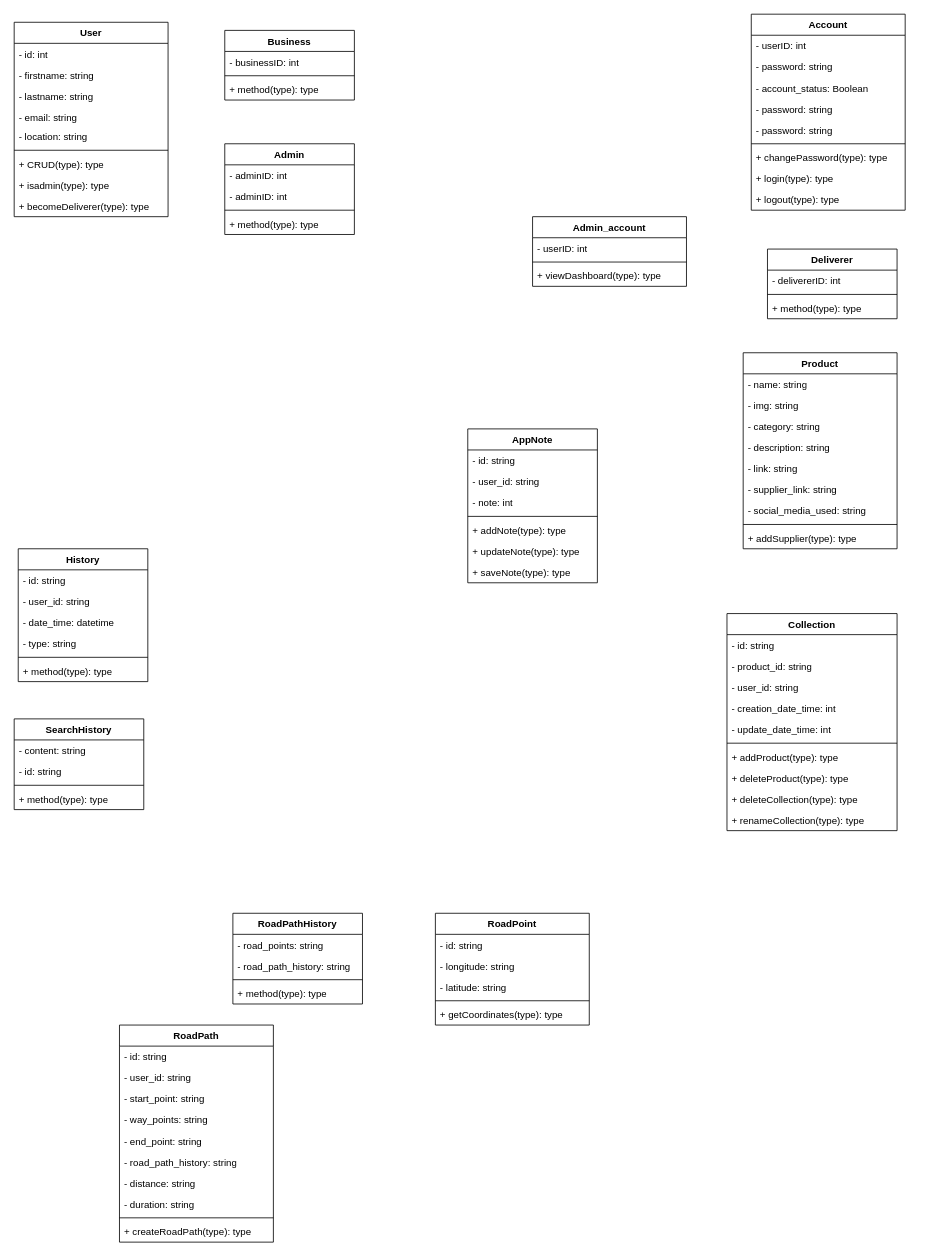
This is page "class diagrams" (2 of 3) of Diagramme sans nom.drawio from Valeryio/System-Draws, a draw.io file, before an edit. Source tidied: cells renumbered, new cells numbered last; positions are measured from the earlier drawing's top-left corner, leaving out a move shared by most shapes. Both pictures are drawn from the tidied source at 81%, with x=0, y=0 at pixel (14, 14).
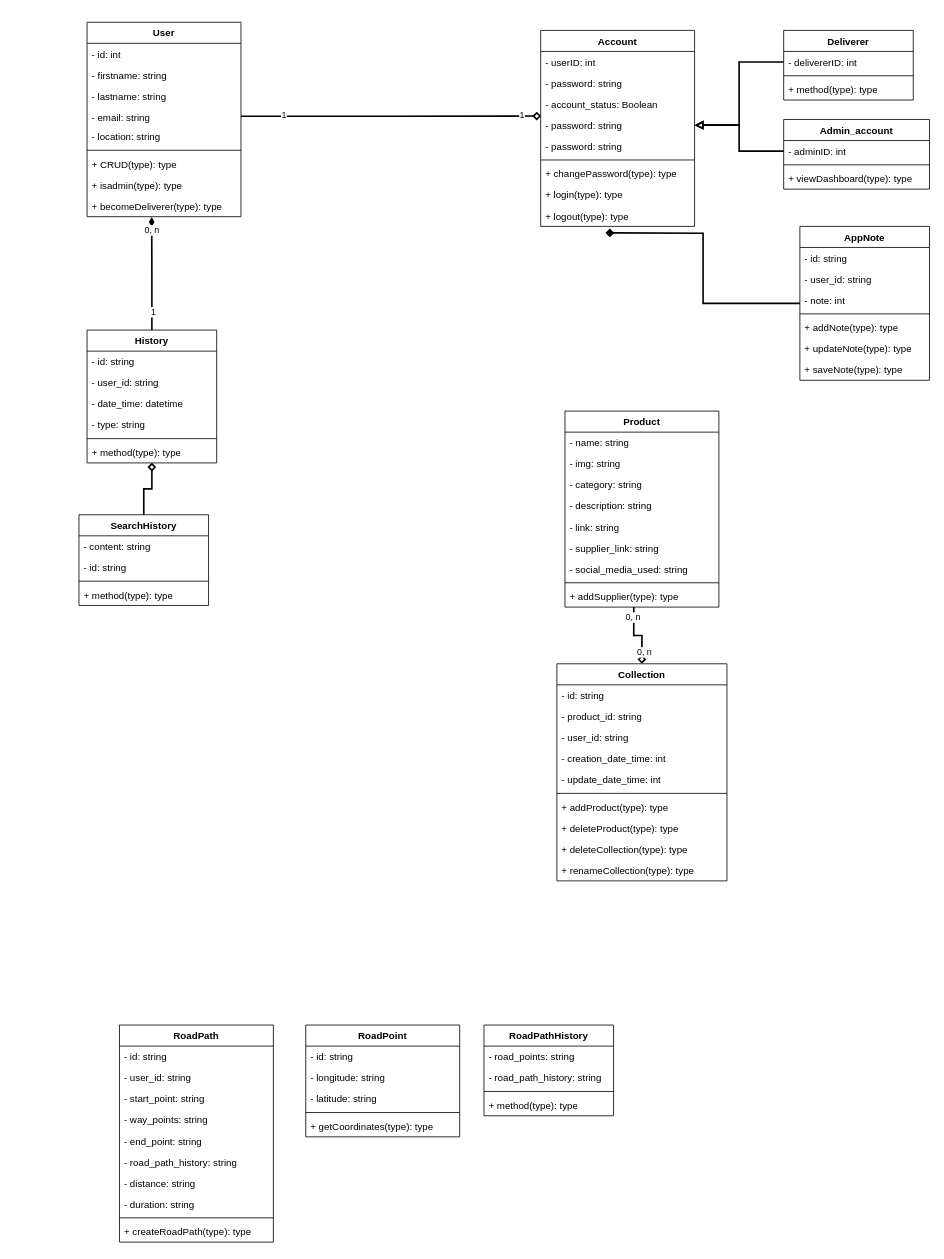
After the change.

The change refers to these unchanged cells:
```xml
<mxCell id="6" value="- email: string" style="text;strokeColor=none;fillColor=none;align=left;verticalAlign=top;spacingLeft=4;spacingRight=4;overflow=hidden;points=[[0,0.5],[1,0.5]];portConstraint=eastwest;whiteSpace=wrap;html=1;" parent="2" vertex="1">
  <mxGeometry y="104" width="190" height="24" as="geometry" />
</mxCell>
<mxCell id="11" value="+ becomeDeliverer(type): type" style="text;strokeColor=none;fillColor=none;align=left;verticalAlign=top;spacingLeft=4;spacingRight=4;overflow=hidden;points=[[0,0.5],[1,0.5]];portConstraint=eastwest;whiteSpace=wrap;html=1;" parent="2" vertex="1">
  <mxGeometry y="214" width="190" height="26" as="geometry" />
</mxCell>
<mxCell id="30" value="+ addSupplier&lt;span style=&quot;background-color: initial;&quot;&gt;(type): type&lt;/span&gt;" style="text;strokeColor=none;fillColor=none;align=left;verticalAlign=top;spacingLeft=4;spacingRight=4;overflow=hidden;points=[[0,0.5],[1,0.5]];portConstraint=eastwest;whiteSpace=wrap;html=1;" parent="21" vertex="1">
  <mxGeometry y="216" width="190" height="26" as="geometry" />
</mxCell>
<mxCell id="32" value="- delivererID&lt;span style=&quot;background-color: initial;&quot;&gt;: int&lt;/span&gt;" style="text;strokeColor=none;fillColor=none;align=left;verticalAlign=top;spacingLeft=4;spacingRight=4;overflow=hidden;points=[[0,0.5],[1,0.5]];portConstraint=eastwest;whiteSpace=wrap;html=1;" parent="31" vertex="1">
  <mxGeometry y="26" width="160" height="26" as="geometry" />
</mxCell>
<mxCell id="39" value="- password: string" style="text;strokeColor=none;fillColor=none;align=left;verticalAlign=top;spacingLeft=4;spacingRight=4;overflow=hidden;points=[[0,0.5],[1,0.5]];portConstraint=eastwest;whiteSpace=wrap;html=1;" parent="35" vertex="1">
  <mxGeometry y="104" width="190" height="26" as="geometry" />
</mxCell>
<mxCell id="70" value="+ method(type): type" style="text;strokeColor=none;fillColor=none;align=left;verticalAlign=top;spacingLeft=4;spacingRight=4;overflow=hidden;points=[[0,0.5],[1,0.5]];portConstraint=eastwest;whiteSpace=wrap;html=1;" parent="64" vertex="1">
  <mxGeometry y="138" width="160" height="26" as="geometry" />
</mxCell>
```

The edit, as a diff of the source:
```diff
@@
     <mxCell id="2" value="User" style="swimlane;fontStyle=1;align=center;verticalAlign=top;horizontal=1;startSize=26;whiteSpace=wrap;html=1;" parent="1" vertex="1">
-      <mxGeometry y="10" width="190" height="240" as="geometry" />
+      <mxGeometry x="90" y="10" width="190" height="240" as="geometry" />
     </mxCell>
@@
-    <mxCell id="12" value="Admin" style="swimlane;fontStyle=1;align=center;verticalAlign=top;horizontal=1;startSize=26;whiteSpace=wrap;html=1;" parent="1" vertex="1">
-      <mxGeometry x="260" y="160" width="160" height="112" as="geometry" />
-    </mxCell>
-    <mxCell id="13" value="- adminID: int" style="text;strokeColor=none;fillColor=none;align=left;verticalAlign=top;spacingLeft=4;spacingRight=4;overflow=hidden;whiteSpace=wrap;html=1;" parent="12" vertex="1">
-      <mxGeometry y="26" width="160" height="26" as="geometry" />
-    </mxCell>
-    <mxCell id="14" value="- adminID: int" style="text;strokeColor=none;fillColor=none;align=left;verticalAlign=top;spacingLeft=4;spacingRight=4;overflow=hidden;whiteSpace=wrap;html=1;" parent="12" vertex="1">
-      <mxGeometry y="52" width="160" height="26" as="geometry" />
-    </mxCell>
-    <mxCell id="15" style="line;strokeWidth=1;fillColor=none;align=left;verticalAlign=middle;spacingTop=-1;spacingLeft=3;spacingRight=3;labelPosition=right;strokeColor=inherit;" parent="12" vertex="1">
-      <mxGeometry y="78" width="160" height="8" as="geometry" />
-    </mxCell>
-    <mxCell id="16" value="+ method(type): type" style="text;strokeColor=none;fillColor=none;align=left;verticalAlign=top;spacingLeft=4;spacingRight=4;overflow=hidden;whiteSpace=wrap;html=1;" parent="12" vertex="1">
-      <mxGeometry y="86" width="160" height="26" as="geometry" />
-    </mxCell>
-    <mxCell id="17" value="Business" style="swimlane;fontStyle=1;align=center;verticalAlign=top;horizontal=1;startSize=26;whiteSpace=wrap;html=1;" parent="1" vertex="1">
-      <mxGeometry x="260" y="20" width="160" height="86" as="geometry" />
-    </mxCell>
-    <mxCell id="18" value="- businessID: int" style="text;strokeColor=none;fillColor=none;align=left;verticalAlign=top;spacingLeft=4;spacingRight=4;overflow=hidden;whiteSpace=wrap;html=1;" parent="17" vertex="1">
-      <mxGeometry y="26" width="160" height="26" as="geometry" />
-    </mxCell>
-    <mxCell id="19" style="line;strokeWidth=1;fillColor=none;align=left;verticalAlign=middle;spacingTop=-1;spacingLeft=3;spacingRight=3;labelPosition=right;strokeColor=inherit;" parent="17" vertex="1">
-      <mxGeometry y="52" width="160" height="8" as="geometry" />
-    </mxCell>
-    <mxCell id="20" value="+ method(type): type" style="text;strokeColor=none;fillColor=none;align=left;verticalAlign=top;spacingLeft=4;spacingRight=4;overflow=hidden;whiteSpace=wrap;html=1;" parent="17" vertex="1">
-      <mxGeometry y="60" width="160" height="26" as="geometry" />
-    </mxCell>
     <mxCell id="21" value="Product" style="swimlane;fontStyle=1;align=center;verticalAlign=top;horizontal=1;startSize=26;whiteSpace=wrap;html=1;" parent="1" vertex="1">
-      <mxGeometry x="900" y="418" width="190" height="242" as="geometry" />
+      <mxGeometry x="680" y="490" width="190" height="242" as="geometry" />
     </mxCell>
@@
     <mxCell id="31" value="Deliverer" style="swimlane;fontStyle=1;align=center;verticalAlign=top;horizontal=1;startSize=26;whiteSpace=wrap;html=1;" parent="1" vertex="1">
-      <mxGeometry x="930" y="290" width="160" height="86" as="geometry" />
+      <mxGeometry x="950" y="20" width="160" height="86" as="geometry" />
     </mxCell>
@@
     <mxCell id="35" value="Account" style="swimlane;fontStyle=1;align=center;verticalAlign=top;horizontal=1;startSize=26;whiteSpace=wrap;html=1;" parent="1" vertex="1">
-      <mxGeometry x="910" width="190" height="242" as="geometry" />
+      <mxGeometry x="650" y="20" width="190" height="242" as="geometry" />
     </mxCell>
@@
+    <mxCell id="102" style="edgeStyle=orthogonalEdgeStyle;rounded=0;jettySize=auto;html=1;endArrow=diamond;endFill=1;strokeWidth=2;" parent="1" edge="1" source="56">
+      <mxGeometry relative="1" as="geometry">
+        <mxPoint x="730" y="270" as="targetPoint" />
+      </mxGeometry>
+    </mxCell>
     <mxCell id="56" value="AppNote" style="swimlane;fontStyle=1;align=center;verticalAlign=top;horizontal=1;startSize=26;whiteSpace=wrap;html=1;" parent="1" vertex="1">
-      <mxGeometry x="560" y="512" width="160" height="190" as="geometry" />
+      <mxGeometry x="970" y="262" width="160" height="190" as="geometry" />
     </mxCell>
@@
     <mxCell id="64" value="&lt;div&gt;&lt;span style=&quot;background-color: initial;&quot;&gt;History&lt;/span&gt;&lt;/div&gt;" style="swimlane;fontStyle=1;align=center;verticalAlign=top;horizontal=1;startSize=26;whiteSpace=wrap;html=1;" parent="1" vertex="1">
-      <mxGeometry x="5" y="660" width="160" height="164" as="geometry" />
+      <mxGeometry x="90" y="390" width="160" height="164" as="geometry" />
     </mxCell>
@@
     <mxCell id="71" value="Collection" style="swimlane;fontStyle=1;align=center;verticalAlign=top;horizontal=1;startSize=26;whiteSpace=wrap;html=1;" parent="1" vertex="1">
-      <mxGeometry x="880" y="740" width="210" height="268" as="geometry" />
+      <mxGeometry x="670" y="802" width="210" height="268" as="geometry" />
     </mxCell>
@@
     <mxCell id="82" value="Admin_account" style="swimlane;fontStyle=1;align=center;verticalAlign=top;horizontal=1;startSize=26;whiteSpace=wrap;html=1;" parent="1" vertex="1">
-      <mxGeometry x="640" y="250" width="190" height="86" as="geometry" />
+      <mxGeometry x="950" y="130" width="180" height="86" as="geometry" />
     </mxCell>
-    <mxCell id="83" value="- userID: int" style="text;strokeColor=none;fillColor=none;align=left;verticalAlign=top;spacingLeft=4;spacingRight=4;overflow=hidden;points=[[0,0.5],[1,0.5]];portConstraint=eastwest;whiteSpace=wrap;html=1;" parent="82" vertex="1">
-      <mxGeometry y="26" width="190" height="26" as="geometry" />
+    <mxCell id="83" value="- adminID: int" style="text;strokeColor=none;fillColor=none;align=left;verticalAlign=top;spacingLeft=4;spacingRight=4;overflow=hidden;points=[[0,0.5],[1,0.5]];portConstraint=eastwest;whiteSpace=wrap;html=1;" parent="82" vertex="1">
+      <mxGeometry y="26" width="180" height="26" as="geometry" />
     </mxCell>
     <mxCell id="84" style="line;strokeWidth=1;fillColor=none;align=left;verticalAlign=middle;spacingTop=-1;spacingLeft=3;spacingRight=3;labelPosition=right;strokeColor=inherit;" parent="82" vertex="1">
-      <mxGeometry y="52" width="190" height="8" as="geometry" />
+      <mxGeometry y="52" width="180" height="8" as="geometry" />
     </mxCell>
     <mxCell id="85" value="+ viewDashboard&lt;span style=&quot;background-color: initial;&quot;&gt;(type): type&lt;/span&gt;" style="text;strokeColor=none;fillColor=none;align=left;verticalAlign=top;spacingLeft=4;spacingRight=4;overflow=hidden;whiteSpace=wrap;html=1;" parent="82" vertex="1">
-      <mxGeometry y="60" width="190" height="26" as="geometry" />
+      <mxGeometry y="60" width="180" height="26" as="geometry" />
     </mxCell>
     <mxCell id="86" value="&lt;div&gt;&lt;span style=&quot;background-color: initial;&quot;&gt;SearchHistory&lt;/span&gt;&lt;/div&gt;" style="swimlane;fontStyle=1;align=center;verticalAlign=top;horizontal=1;startSize=26;whiteSpace=wrap;html=1;" parent="1" vertex="1">
-      <mxGeometry y="870" width="160" height="112" as="geometry" />
+      <mxGeometry x="80" y="618" width="160" height="112" as="geometry" />
     </mxCell>
@@
     <mxCell id="91" value="RoadPathHistory" style="swimlane;fontStyle=1;align=center;verticalAlign=top;horizontal=1;startSize=26;whiteSpace=wrap;html=1;" parent="1" vertex="1">
-      <mxGeometry x="270" y="1110" width="160" height="112" as="geometry" />
+      <mxGeometry x="580" y="1248" width="160" height="112" as="geometry" />
     </mxCell>
@@
     <mxCell id="96" value="RoadPoint" style="swimlane;fontStyle=1;align=center;verticalAlign=top;horizontal=1;startSize=26;whiteSpace=wrap;html=1;" parent="1" vertex="1">
-      <mxGeometry x="520" y="1110" width="190" height="138" as="geometry" />
+      <mxGeometry x="360" y="1248" width="190" height="138" as="geometry" />
     </mxCell>
@@
+    <mxCell id="103" style="edgeStyle=orthogonalEdgeStyle;rounded=0;jettySize=auto;html=1;exitX=0;exitY=0.5;exitDx=0;exitDy=0;entryX=1;entryY=0.5;entryDx=0;entryDy=0;endArrow=block;endFill=0;strokeWidth=2;" parent="1" edge="1" source="32" target="39">
+      <mxGeometry relative="1" as="geometry" />
+    </mxCell>
+    <mxCell id="104" style="edgeStyle=orthogonalEdgeStyle;rounded=0;jettySize=auto;html=1;exitX=0;exitY=0.5;exitDx=0;exitDy=0;entryX=1;entryY=0.5;entryDx=0;entryDy=0;endArrow=block;endFill=0;strokeWidth=2;" parent="1" edge="1" source="83" target="39">
+      <mxGeometry relative="1" as="geometry" />
+    </mxCell>
+    <mxCell id="105" style="edgeStyle=orthogonalEdgeStyle;rounded=0;jettySize=auto;html=1;exitX=1;exitY=0.5;exitDx=0;exitDy=0;entryX=0.003;entryY=0.068;entryDx=0;entryDy=0;entryPerimeter=0;endArrow=diamond;endFill=0;strokeWidth=2;" parent="1" edge="1" source="6" target="39">
+      <mxGeometry relative="1" as="geometry" />
+    </mxCell>
+    <mxCell id="106" value="1" style="edgeLabel;html=1;align=center;verticalAlign=middle;" parent="105" vertex="1">
+      <mxGeometry x="-0.72" y="2" relative="1" as="geometry" />
+    </mxCell>
+    <mxCell id="107" value="1" style="edgeLabel;html=1;align=center;verticalAlign=middle;" parent="105" vertex="1">
+      <mxGeometry x="0.87" y="1" relative="1" as="geometry" />
+    </mxCell>
+    <mxCell id="108" style="edgeStyle=orthogonalEdgeStyle;rounded=0;jettySize=auto;html=1;entryX=0.42;entryY=1.021;entryDx=0;entryDy=0;entryPerimeter=0;endArrow=diamondThin;endFill=1;strokeWidth=2;" parent="1" edge="1" source="64" target="11">
+      <mxGeometry relative="1" as="geometry" />
+    </mxCell>
+    <mxCell id="109" value="0, n" style="edgeLabel;html=1;align=center;verticalAlign=middle;" parent="108" vertex="1">
+      <mxGeometry x="0.77" relative="1" as="geometry" />
+    </mxCell>
+    <mxCell id="110" value="1" style="edgeLabel;html=1;align=center;verticalAlign=middle;" parent="108" vertex="1">
+      <mxGeometry x="-0.67" y="-1" relative="1" as="geometry" />
+    </mxCell>
+    <mxCell id="111" style="edgeStyle=orthogonalEdgeStyle;rounded=0;jettySize=auto;html=1;exitX=0.5;exitY=0;exitDx=0;exitDy=0;entryX=0.5;entryY=0.99;entryDx=0;entryDy=0;entryPerimeter=0;endArrow=diamond;endFill=0;strokeWidth=2;" parent="1" edge="1" source="86" target="70">
+      <mxGeometry relative="1" as="geometry" />
+    </mxCell>
+    <mxCell id="112" style="edgeStyle=orthogonalEdgeStyle;rounded=0;jettySize=auto;html=1;exitX=0.5;exitY=0;exitDx=0;exitDy=0;entryX=0.447;entryY=0.99;entryDx=0;entryDy=0;entryPerimeter=0;endArrow=none;endFill=0;strokeWidth=2;startArrow=diamond;startFill=0;" parent="1" edge="1" source="71" target="30">
+      <mxGeometry relative="1" as="geometry" />
+    </mxCell>
+    <mxCell id="113" value="0, n" style="edgeLabel;html=1;align=center;verticalAlign=middle;" parent="112" vertex="1">
+      <mxGeometry x="-0.63" y="-2" relative="1" as="geometry" />
+    </mxCell>
+    <mxCell id="114" value="0, n" style="edgeLabel;html=1;align=center;verticalAlign=middle;" parent="112" vertex="1">
+      <mxGeometry x="0.69" y="1" relative="1" as="geometry" />
+    </mxCell>
```
